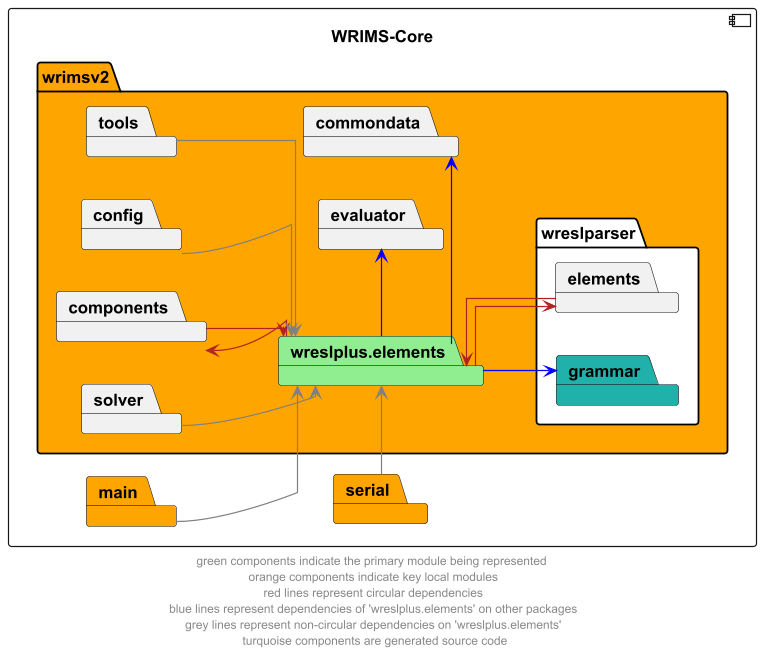
Earlier version of the PlantUML export docs/diagrams/wrims-core/wrims-core_wreslplus-elements.png (CentralValleyModeling/wrims).
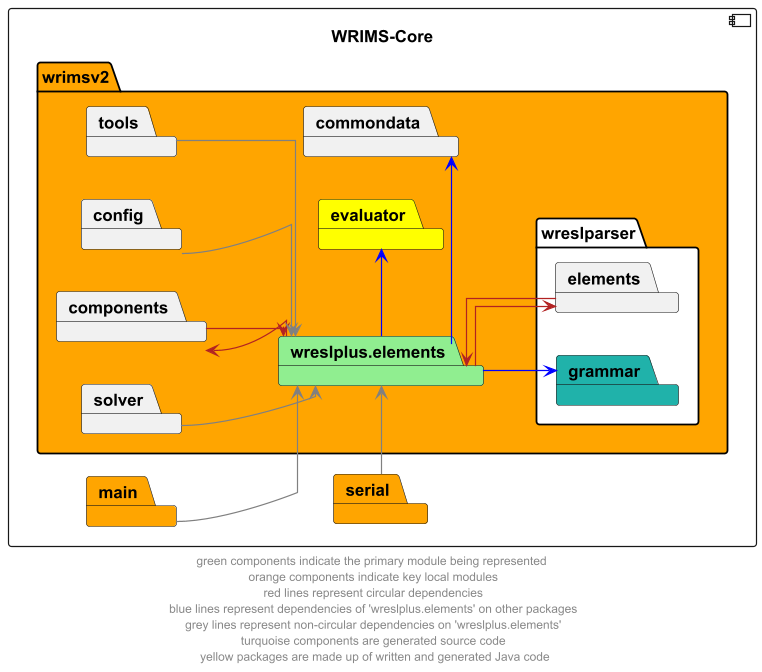
After the change.

What changed in the source:
```diff
@@ -7,7 +7,7 @@
             package wreslplus.elements #lightgreen
         package commondata
         package components
-        package evaluator
+        package evaluator #yellow
         package wreslparser #white {
             package elements
             package grammar #lightseagreen
@@ -40,5 +40,5 @@
 serial -u[hidden]-> main
 components -r[hidden]-> config
 
-footer "green components indicate the primary module being represented \n orange components indicate key local modules \n red lines represent circular dependencies \n blue lines represent dependencies of 'wreslplus.elements' on other packages \n grey lines represent non-circular dependencies on 'wreslplus.elements' \n turquoise components are generated source code"
+footer "green components indicate the primary module being represented \n orange components indicate key local modules \n red lines represent circular dependencies \n blue lines represent dependencies of 'wreslplus.elements' on other packages \n grey lines represent non-circular dependencies on 'wreslplus.elements' \n turquoise components are generated source code \n yellow packages are made up of written and generated Java code"
 @enduml
```
